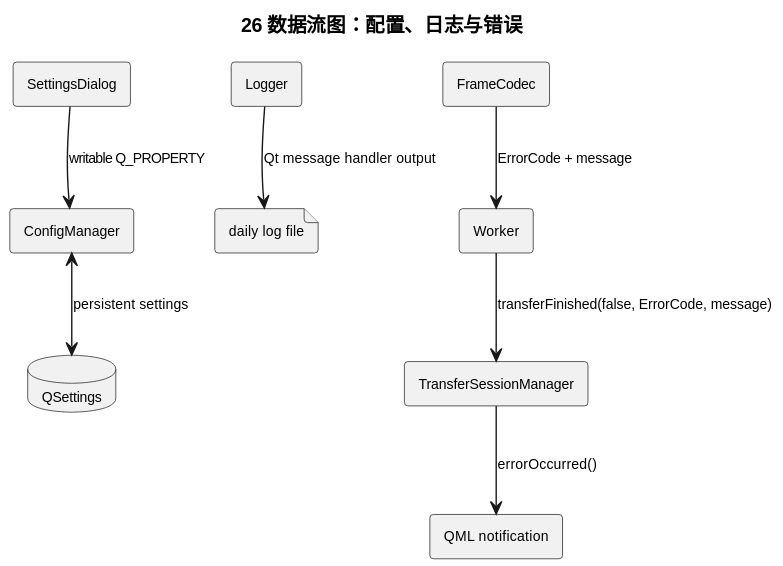
The PlantUML diagram doc/diagrams/rendered/26-数据流图-配置日志与错误.svg in Gsheep0729/GridYard, before a commit. Source of this version:
```plantuml
@startuml
title 26 数据流图：配置、日志与错误
skinparam defaultFontSize 10

rectangle SettingsDialog as Settings
rectangle ConfigManager as Config
database QSettings
rectangle Logger
file "daily log file" as LogFile
rectangle FrameCodec as Codec
rectangle Worker
rectangle TransferSessionManager as Tsm
rectangle "QML notification" as Notice

Settings --> Config : writable Q_PROPERTY
Config <--> QSettings : persistent settings
Logger --> LogFile : Qt message handler output
Codec --> Worker : ErrorCode + message
Worker --> Tsm : transferFinished(false, ErrorCode, message)
Tsm --> Notice : errorOccurred()
@enduml
```
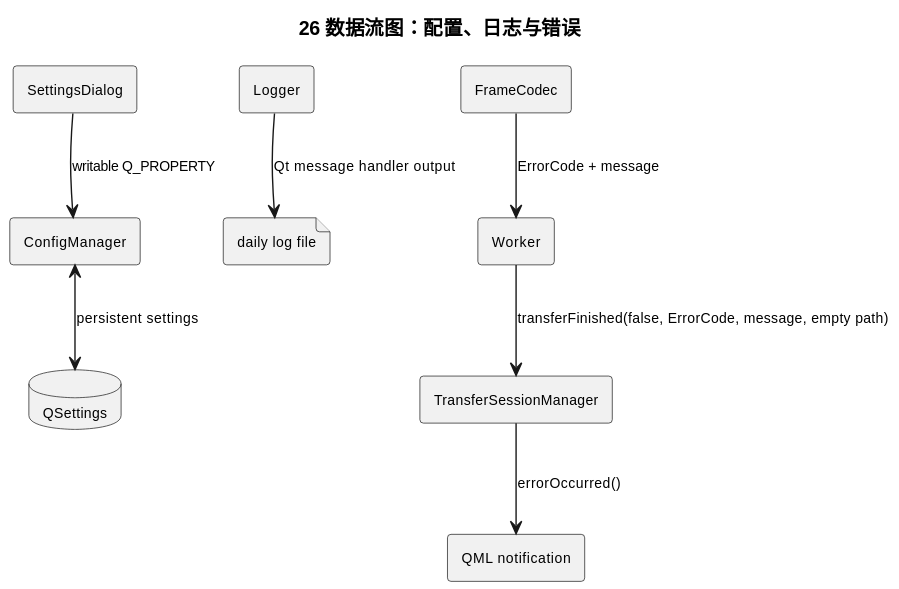
After the commit.

Change to the diagram source:
```diff
@@ -16,6 +16,6 @@
 Config <--> QSettings : persistent settings
 Logger --> LogFile : Qt message handler output
 Codec --> Worker : ErrorCode + message
-Worker --> Tsm : transferFinished(false, ErrorCode, message)
+Worker --> Tsm : transferFinished(false, ErrorCode, message, empty path)
 Tsm --> Notice : errorOccurred()
 @enduml
```
